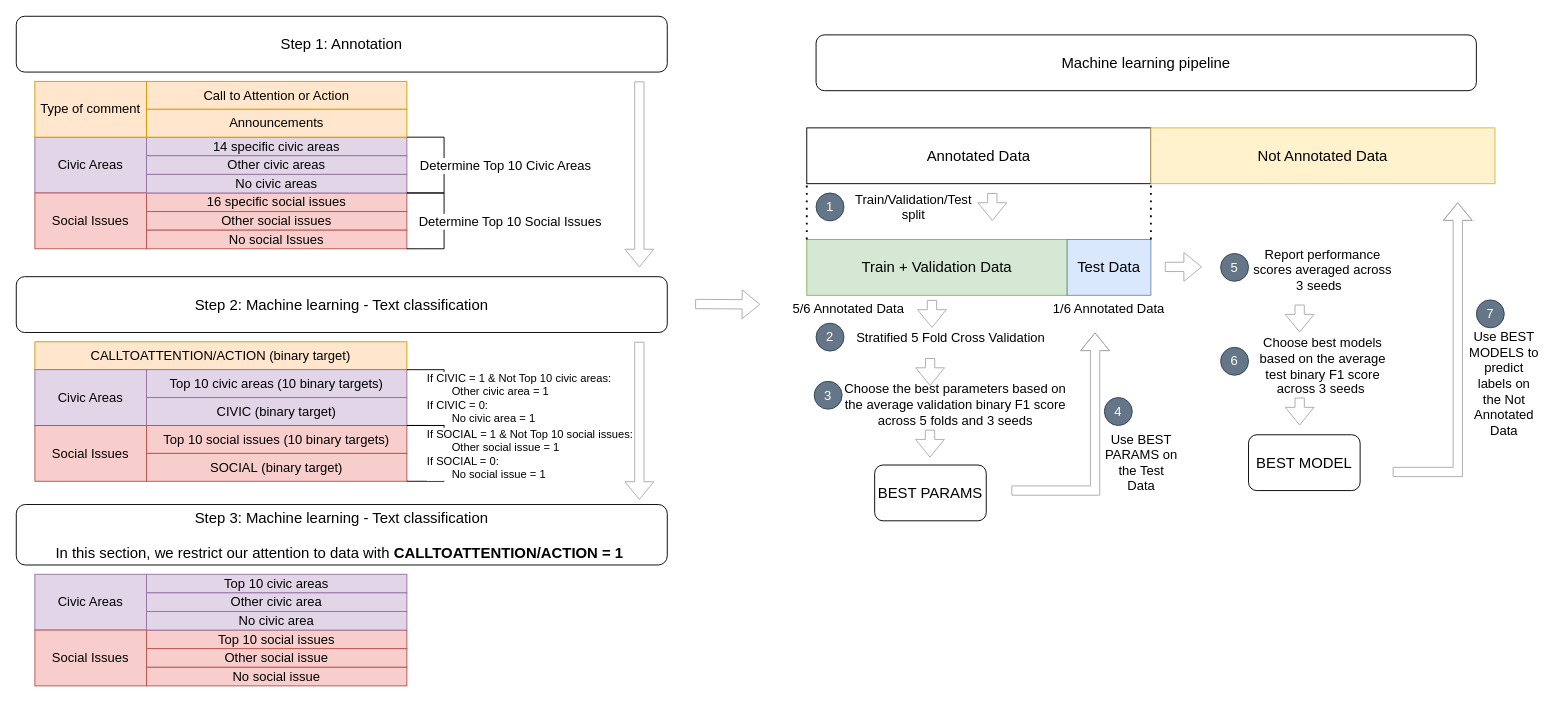
Above: LocalGovKFold.drawio in changgge/changgge (draw.io), before the change. Source tidied: cells renumbered, new cells numbered last; positions are measured from the earlier drawing's top-left corner, leaving out a move shared by most shapes. Both pictures are drawn from the tidied source at 93%, with x=0, y=0 at pixel (16, 16).
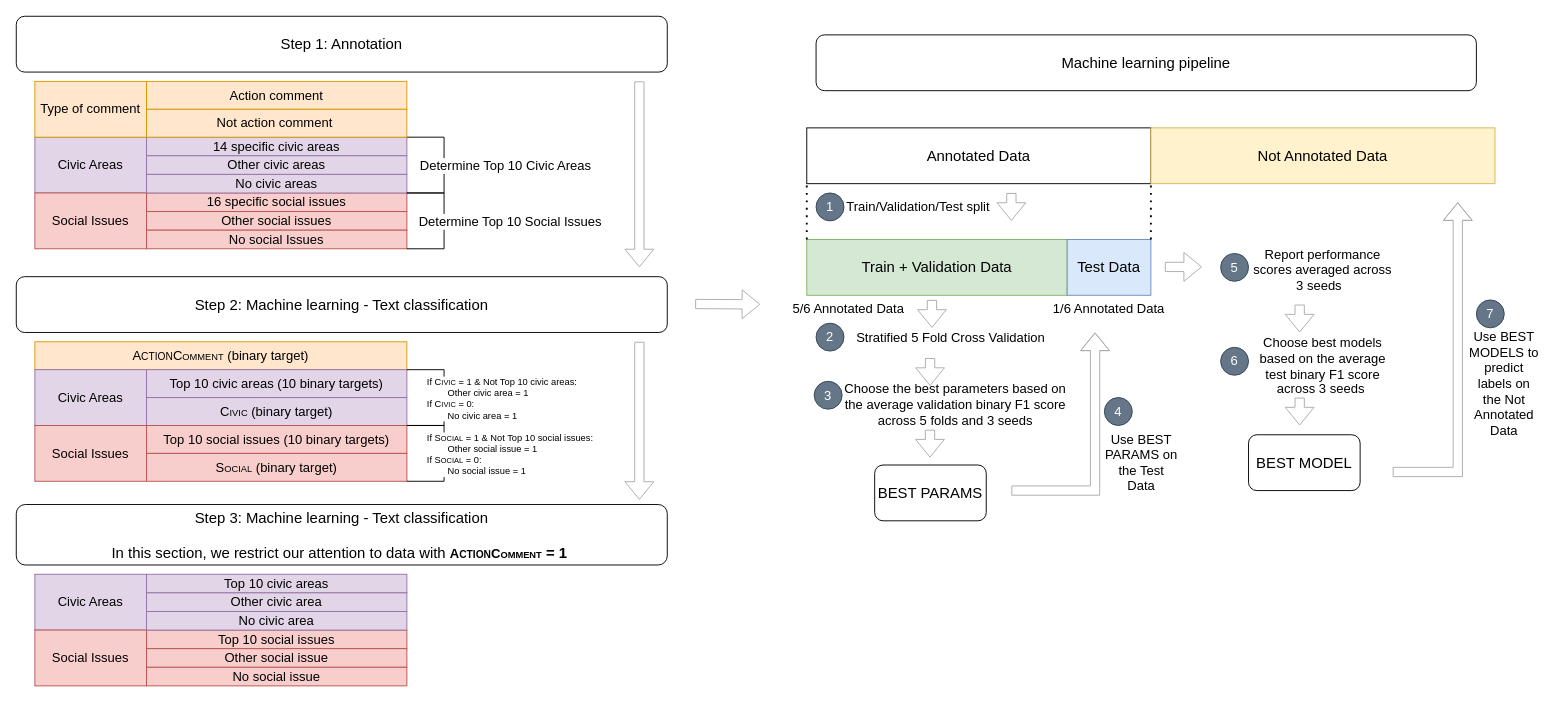
The same page after the edit.

Unchanged cells that the change refers to:
```xml
<mxCell id="57" style="edgeStyle=orthogonalEdgeStyle;rounded=0;orthogonalLoop=1;jettySize=auto;html=1;exitX=1;exitY=1;exitDx=0;exitDy=0;entryX=1;entryY=0;entryDx=0;entryDy=0;endArrow=none;endFill=0;fontSize=14;" parent="1" edge="1">
  <mxGeometry relative="1" as="geometry">
    <mxPoint x="420" y="380" as="sourcePoint" />
    <mxPoint x="420" y="440" as="targetPoint" />
    <Array as="points">
      <mxPoint x="460" y="380" />
      <mxPoint x="460" y="440" />
    </Array>
  </mxGeometry>
</mxCell>
<mxCell id="62" style="edgeStyle=orthogonalEdgeStyle;rounded=0;orthogonalLoop=1;jettySize=auto;html=1;exitX=1;exitY=1;exitDx=0;exitDy=0;entryX=1;entryY=0;entryDx=0;entryDy=0;endArrow=none;endFill=0;fillColor=#f8cecc;strokeColor=light-dark(#000000, #d7817e);fontSize=14;" parent="1" edge="1">
  <mxGeometry relative="1" as="geometry">
    <mxPoint x="420" y="440" as="sourcePoint" />
    <mxPoint x="420" y="500" as="targetPoint" />
    <Array as="points">
      <mxPoint x="460" y="440" />
      <mxPoint x="460" y="500" />
    </Array>
  </mxGeometry>
</mxCell>
```

Change to the diagram source:
```diff
@@
     <mxCell id="27" value="Train/Validation/Test split" style="text;html=1;align=center;verticalAlign=middle;whiteSpace=wrap;rounded=0;fontSize=14;" parent="1" vertex="1">
-      <mxGeometry x="890" y="190" width="150" height="30" as="geometry" />
+      <mxGeometry x="880" y="190" width="180" height="30" as="geometry" />
     </mxCell>
     <mxCell id="28" style="shape=flexArrow;endArrow=classic;html=1;rounded=0;strokeColor=light-dark(#aaaaaa, #ededed);fontSize=14;" parent="1" edge="1">
       <mxGeometry relative="1" as="geometry">
-        <mxPoint x="1049.5" y="190" as="sourcePoint" />
-        <mxPoint x="1049.5" y="220" as="targetPoint" />
+        <mxPoint x="1070" y="190" as="sourcePoint" />
+        <mxPoint x="1070" y="220" as="targetPoint" />
       </mxGeometry>
     </mxCell>
@@
-    <mxCell id="45" value="Call to Attention or Action" style="rounded=0;whiteSpace=wrap;html=1;fillColor=#ffe6cc;strokeColor=#d79b00;fontSize=14;" parent="1" vertex="1">
+    <mxCell id="45" value="Action comment" style="rounded=0;whiteSpace=wrap;html=1;fillColor=#ffe6cc;strokeColor=#d79b00;fontSize=14;" parent="1" vertex="1">
       <mxGeometry x="140" y="70" width="280" height="30" as="geometry" />
     </mxCell>
@@
-    <mxCell id="48" value="Announcements" style="rounded=0;whiteSpace=wrap;html=1;fillColor=#ffe6cc;strokeColor=#d79b00;fontSize=14;" parent="1" vertex="1">
+    <mxCell id="48" value="Not action comment&amp;nbsp;" style="rounded=0;whiteSpace=wrap;html=1;fillColor=#ffe6cc;strokeColor=#d79b00;fontSize=14;" parent="1" vertex="1">
       <mxGeometry x="140" y="100" width="280" height="30" as="geometry" />
     </mxCell>
@@
-    <mxCell id="52" value="C&lt;font&gt;ALL&lt;/font&gt;T&lt;font&gt;O&lt;/font&gt;A&lt;font&gt;TTENTION&lt;/font&gt;/A&lt;font&gt;CTION&lt;/font&gt;&lt;font&gt; (binary target)&lt;/font&gt;" style="rounded=0;whiteSpace=wrap;html=1;fillColor=#ffe6cc;strokeColor=#d79b00;fontSize=14;" parent="1" vertex="1">
+    <mxCell id="52" value="&lt;font&gt;A&lt;font style=&quot;font-size: 11px;&quot;&gt;CTION&lt;/font&gt;C&lt;font style=&quot;font-size: 10px;&quot;&gt;OMMENT&lt;/font&gt; (binary target)&lt;/font&gt;" style="rounded=0;whiteSpace=wrap;html=1;fillColor=#ffe6cc;strokeColor=#d79b00;fontSize=14;" parent="1" vertex="1">
       <mxGeometry x="20" y="350" width="400" height="30" as="geometry" />
     </mxCell>
@@
-    <mxCell id="55" value="C&lt;font&gt;IVIC&lt;/font&gt;&lt;font&gt; (binary target&lt;/font&gt;&lt;font&gt;)&lt;/font&gt;" style="rounded=0;whiteSpace=wrap;html=1;fillColor=#e1d5e7;strokeColor=#9673a6;fontSize=14;" parent="1" vertex="1">
+    <mxCell id="55" value="C&lt;font style=&quot;font-size: 10px;&quot;&gt;IVIC&lt;/font&gt;&lt;font&gt; (binary target&lt;/font&gt;&lt;font&gt;)&lt;/font&gt;" style="rounded=0;whiteSpace=wrap;html=1;fillColor=#e1d5e7;strokeColor=#9673a6;fontSize=14;" parent="1" vertex="1">
       <mxGeometry x="140" y="410" width="280" height="30" as="geometry" />
     </mxCell>
@@
-    <mxCell id="58" value="If C&lt;font&gt;IVIC&lt;/font&gt; = 1 &amp;amp; Not Top 10 civic areas:&amp;nbsp;&lt;div&gt;&lt;span style=&quot;white-space: pre;&quot;&gt;&#9;&lt;/span&gt;Other civic area = 1&lt;div&gt;If CIVIC = 0:&amp;nbsp;&lt;/div&gt;&lt;div&gt;&lt;span style=&quot;white-space: pre;&quot;&gt;&#9;&lt;/span&gt;No civic area = 1&lt;/div&gt;&lt;/div&gt;" style="edgeLabel;html=1;align=left;verticalAlign=middle;fontSize=12;" parent="57" vertex="1">
+    <mxCell id="58" value="If C&lt;font style=&quot;font-size: 8px;&quot;&gt;IVIC&lt;/font&gt; = 1 &amp;amp; Not Top 10 civic areas:&amp;nbsp;&lt;div&gt;&lt;span style=&quot;white-space: pre;&quot;&gt;&#9;&lt;/span&gt;Other civic area = 1&lt;div&gt;If C&lt;font style=&quot;font-size: 8px;&quot;&gt;IVIC&lt;/font&gt; = 0:&amp;nbsp;&lt;/div&gt;&lt;div&gt;&lt;span style=&quot;white-space: pre;&quot;&gt;&#9;&lt;/span&gt;No civic area = 1&lt;/div&gt;&lt;/div&gt;" style="edgeLabel;html=1;align=left;verticalAlign=middle;fontSize=10;" parent="57" vertex="1">
       <mxGeometry x="-0.03" relative="1" as="geometry">
         <mxPoint x="-20" y="2" as="offset" />
       </mxGeometry>
     </mxCell>
@@
-    <mxCell id="61" value="&lt;font&gt;S&lt;font&gt;OCIAL&lt;/font&gt;&lt;/font&gt;&lt;font&gt;&amp;nbsp;(binary target&lt;/font&gt;&lt;font&gt;)&lt;/font&gt;" style="rounded=0;whiteSpace=wrap;html=1;fillColor=#f8cecc;strokeColor=#b85450;fontSize=14;" parent="1" vertex="1">
+    <mxCell id="61" value="&lt;font&gt;S&lt;font style=&quot;font-size: 10px;&quot;&gt;OCIAL&lt;/font&gt;&lt;/font&gt;&lt;font&gt;&amp;nbsp;(binary target&lt;/font&gt;&lt;font&gt;)&lt;/font&gt;" style="rounded=0;whiteSpace=wrap;html=1;fillColor=#f8cecc;strokeColor=#b85450;fontSize=14;" parent="1" vertex="1">
       <mxGeometry x="140" y="470" width="280" height="30" as="geometry" />
     </mxCell>
@@
-    <mxCell id="63" value="If S&lt;font&gt;OCIAL&lt;/font&gt;&amp;nbsp;= 1 &amp;amp; Not Top 10 social issues:&amp;nbsp;&lt;div&gt;&lt;span style=&quot;white-space: pre;&quot;&gt;&#9;&lt;/span&gt;Other social issue = 1&lt;div&gt;If S&lt;font&gt;OCIAL&lt;/font&gt; = 0:&amp;nbsp;&lt;/div&gt;&lt;div&gt;&lt;span style=&quot;white-space: pre;&quot;&gt;&#9;&lt;/span&gt;No social issue = 1&lt;/div&gt;&lt;/div&gt;" style="edgeLabel;html=1;align=left;verticalAlign=middle;fontSize=12;" parent="62" vertex="1">
+    <mxCell id="63" value="If S&lt;font style=&quot;font-size: 8px;&quot;&gt;OCIAL&lt;/font&gt;&amp;nbsp;= 1 &amp;amp; Not Top 10 social issues:&amp;nbsp;&lt;div&gt;&lt;span style=&quot;white-space: pre;&quot;&gt;&#9;&lt;/span&gt;Other social issue = 1&lt;div&gt;If S&lt;font style=&quot;font-size: 8px;&quot;&gt;OCIAL&lt;/font&gt; = 0:&amp;nbsp;&lt;/div&gt;&lt;div&gt;&lt;span style=&quot;white-space: pre;&quot;&gt;&#9;&lt;/span&gt;No social issue = 1&lt;/div&gt;&lt;/div&gt;" style="edgeLabel;html=1;align=left;verticalAlign=middle;fontSize=10;" parent="62" vertex="1">
       <mxGeometry x="-0.03" relative="1" as="geometry">
         <mxPoint x="-20" y="2" as="offset" />
       </mxGeometry>
     </mxCell>
-    <mxCell id="64" value="Step 3: Machine learning - Text classification&lt;div&gt;&lt;br&gt;&lt;/div&gt;&lt;div&gt;In this section, we restrict our attention to data with &lt;span style=&quot;background-color: light-dark(#ffffff, var(--ge-dark-color, #121212));&quot;&gt;&lt;b&gt;C&lt;font&gt;ALL&lt;/font&gt;T&lt;font&gt;O&lt;/font&gt;A&lt;font&gt;TTENTION&lt;/font&gt;/A&lt;font&gt;CTION&lt;/font&gt;&amp;nbsp;= 1&amp;nbsp;&lt;/b&gt;&lt;/span&gt;&lt;/div&gt;" style="rounded=1;whiteSpace=wrap;html=1;fontSize=16;" parent="1" vertex="1">
+    <mxCell id="64" value="Step 3: Machine learning - Text classification&lt;div&gt;&lt;br&gt;&lt;/div&gt;&lt;div&gt;In this section, we restrict our attention to data with&amp;nbsp;&lt;b&gt;&lt;span style=&quot;font-size: 14px;&quot;&gt;A&lt;/span&gt;&lt;font style=&quot;font-size: 11px;&quot;&gt;CTION&lt;/font&gt;&lt;span style=&quot;font-size: 14px;&quot;&gt;C&lt;/span&gt;&lt;font style=&quot;font-size: 10px;&quot;&gt;OMMENT&lt;/font&gt;&lt;/b&gt;&lt;span style=&quot;background-color: light-dark(#ffffff, var(--ge-dark-color, #121212));&quot;&gt;&lt;b&gt;&amp;nbsp;= 1&amp;nbsp;&lt;/b&gt;&lt;/span&gt;&lt;/div&gt;" style="rounded=1;whiteSpace=wrap;html=1;fontSize=16;" parent="1" vertex="1">
       <mxGeometry y="525" width="700" height="65" as="geometry" />
     </mxCell>
```
